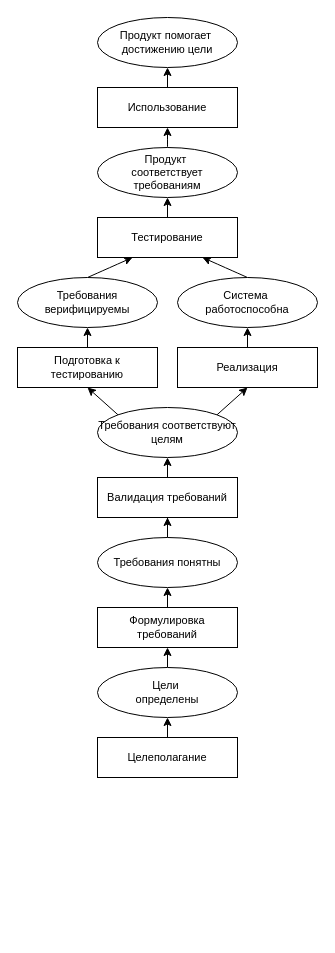
chaetal/why-test-first keeps this draw.io diagram as success-history.drawio. Above is the earlier version. Source tidied: cells renumbered, new cells numbered last; positions are measured from the earlier drawing's top-left corner, leaving out a move shared by most shapes. Both pictures are drawn from the tidied source at 100%, with x=0, y=0 at pixel (17, 17).
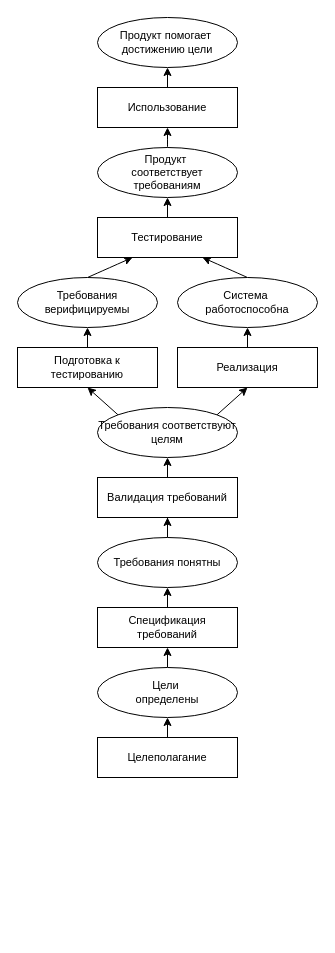
The same diagram, later.

Commit message:
Requirement Specification instead of Requirement Development

Change to the diagram source:
```diff
@@
-    <mxCell id="23" value="Формулировка требований" style="whiteSpace=wrap;html=1;fontSize=11;" parent="1" vertex="1">
+    <mxCell id="23" value="Спецификация требований" style="whiteSpace=wrap;html=1;fontSize=11;" parent="1" vertex="1">
       <mxGeometry x="80" y="590" width="140" height="40" as="geometry" />
     </mxCell>
```
